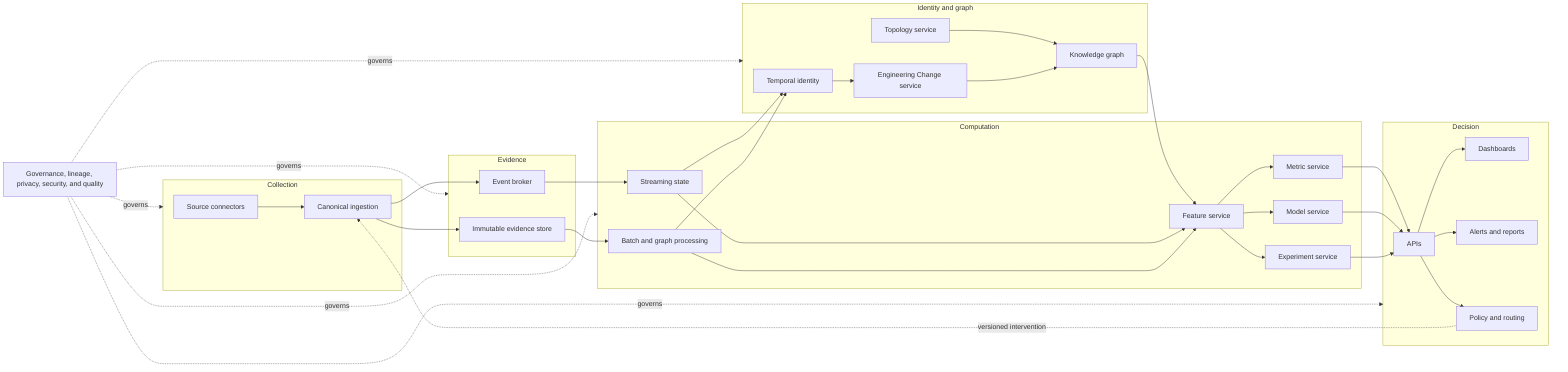
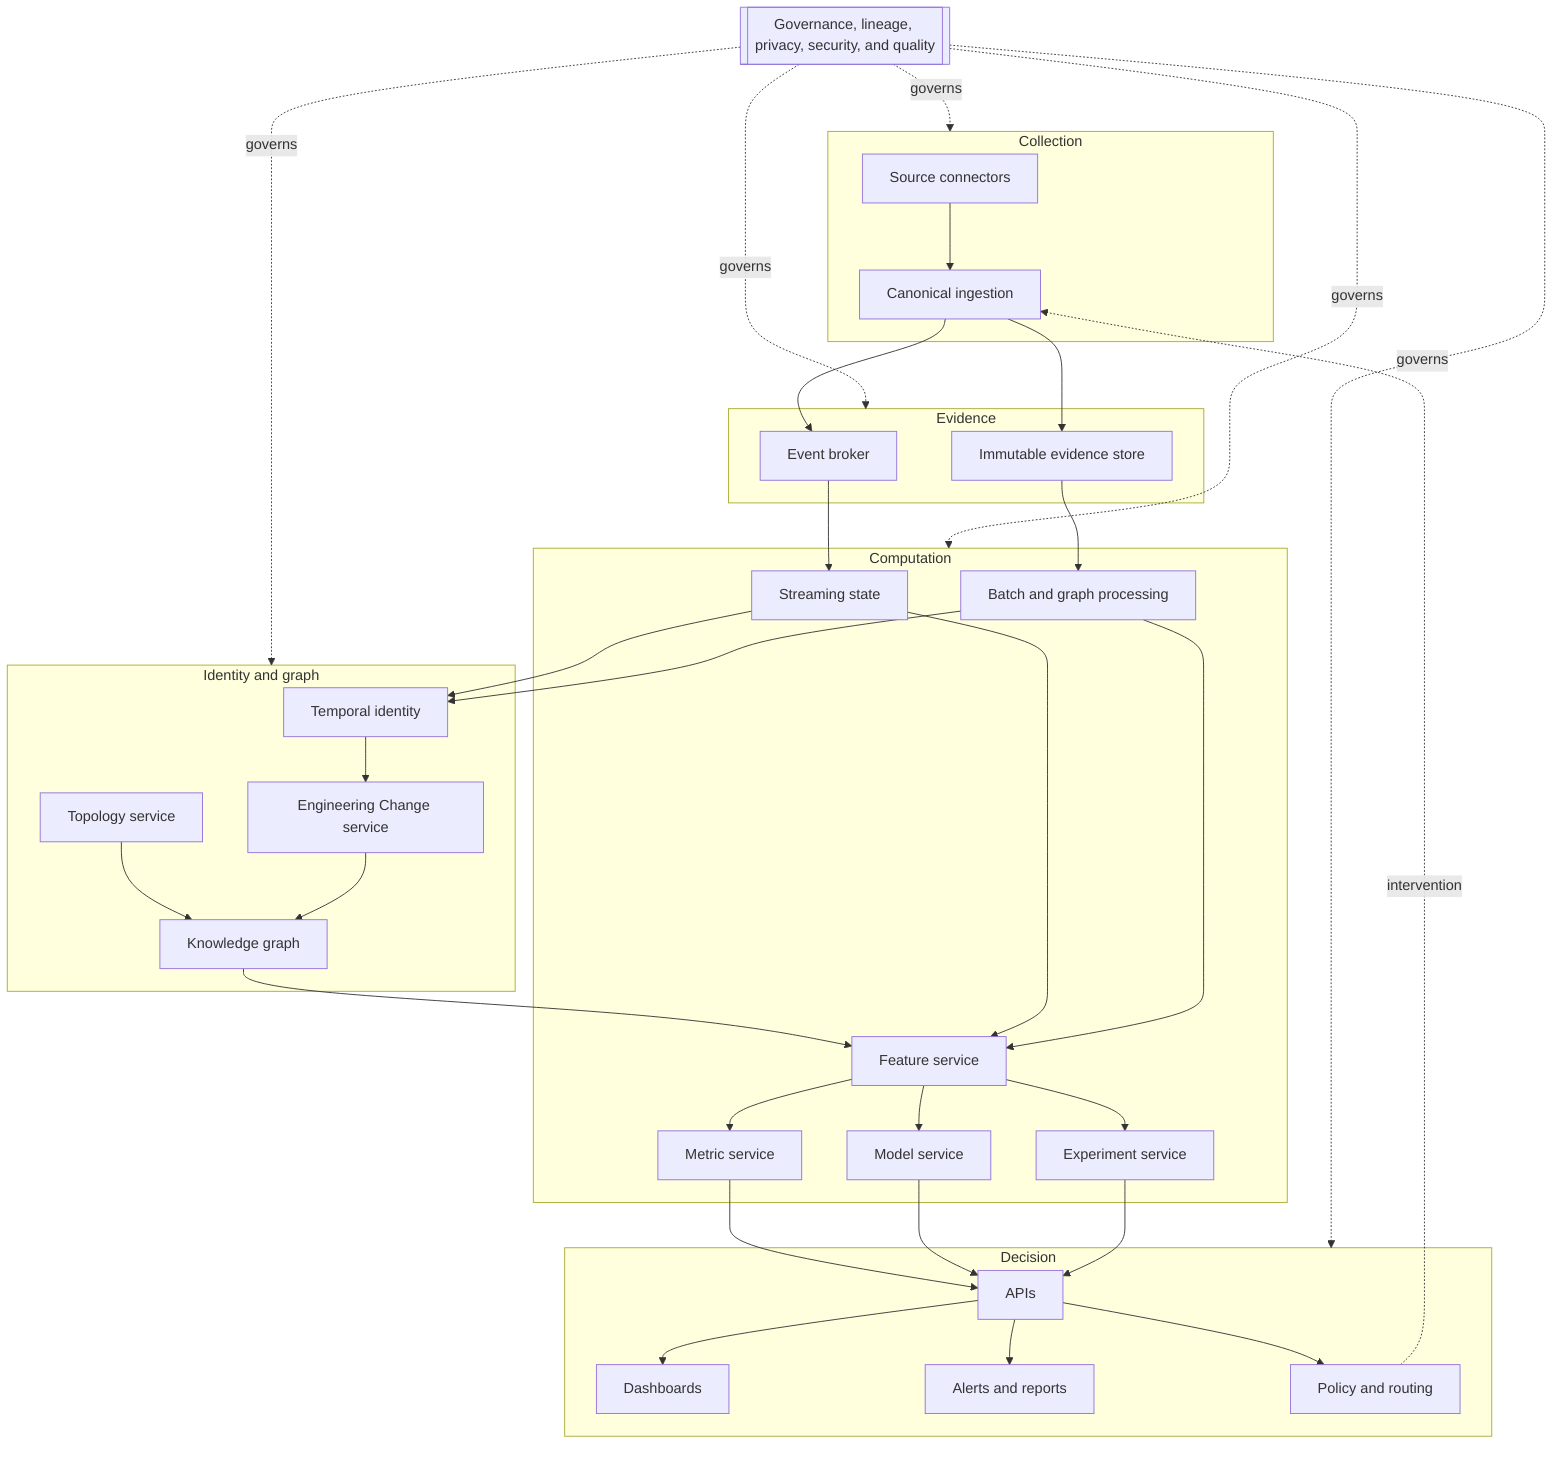
- flowchart LR
+ flowchart TB
    subgraph Collection
-       CONN[Source connectors]
-       INGEST[Canonical ingestion]
+         CONN[Source connectors]
+         INGEST[Canonical ingestion]
+         CONN --> INGEST
    end

    subgraph Evidence
-       BUS[Event broker]
-       RAW[Immutable evidence store]
+         BUS[Event broker]
+         RAW[Immutable evidence store]
    end

    subgraph IdentityGraph[Identity and graph]
-       ID[Temporal identity]
-       EC[Engineering Change service]
-       TOPO[Topology service]
-       GRAPH[Knowledge graph]
+         ID[Temporal identity]
+         EC[Engineering Change service]
+         TOPO[Topology service]
+         GRAPH[Knowledge graph]
    end

    subgraph Computation
-       STREAM[Streaming state]
-       BATCH[Batch and graph processing]
-       FEAT[Feature service]
-       METRIC[Metric service]
-       MODEL[Model service]
-       EXP[Experiment service]
+         STREAM[Streaming state]
+         BATCH[Batch and graph processing]
+         FEAT[Feature service]
+         METRIC[Metric service]
+         MODEL[Model service]
+         EXP[Experiment service]
    end

    subgraph Decision
-       API[APIs]
-       DASH[Dashboards]
-       ALERT[Alerts and reports]
-       POLICY[Policy and routing]
+         API[APIs]
+         DASH[Dashboards]
+         ALERT[Alerts and reports]
+         POLICY[Policy and routing]
    end

-     CONN --> INGEST
    INGEST --> BUS
    INGEST --> RAW
    BUS --> STREAM
    RAW --> BATCH
    STREAM --> ID
    BATCH --> ID
    ID --> EC
    TOPO --> GRAPH
    EC --> GRAPH
    GRAPH --> FEAT
    STREAM --> FEAT
    BATCH --> FEAT
    FEAT --> METRIC
    FEAT --> MODEL
    FEAT --> EXP
    METRIC --> API
    MODEL --> API
    EXP --> API
    API --> DASH
    API --> ALERT
    API --> POLICY
-     POLICY -. versioned intervention .-> INGEST
+     POLICY -. intervention .-> INGEST

-     GOV[Governance, lineage, privacy, security, and quality] -. governs .-> Collection
+     GOV[[Governance, lineage, privacy, security, and quality]]
+     GOV -. governs .-> Collection
    GOV -. governs .-> Evidence
    GOV -. governs .-> IdentityGraph
    GOV -. governs .-> Computation
    GOV -. governs .-> Decision
